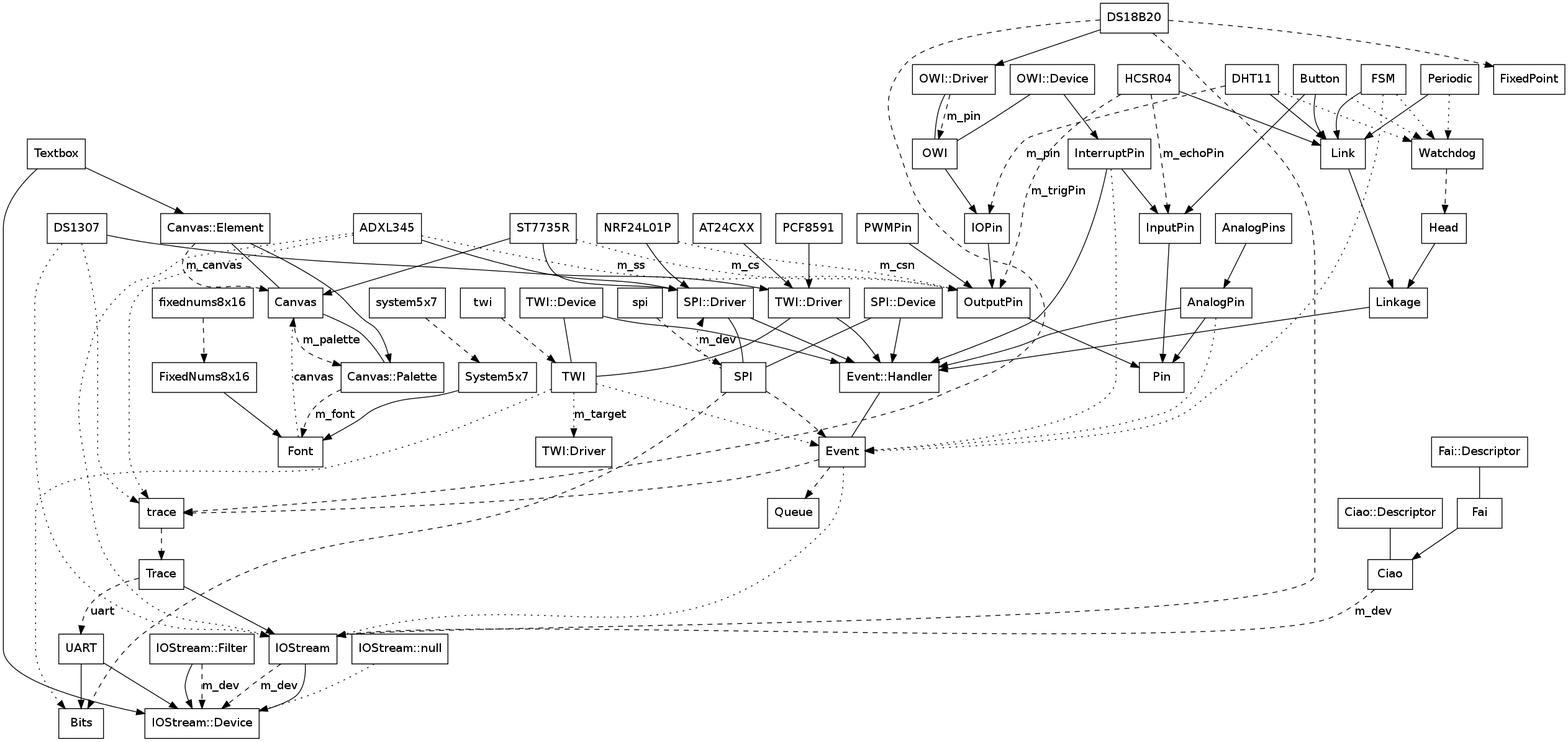
Above: CLASS.png in mikaelpatel/Cosa (Graphviz), before the change. Its source is kept beside it as CLASS.dot.
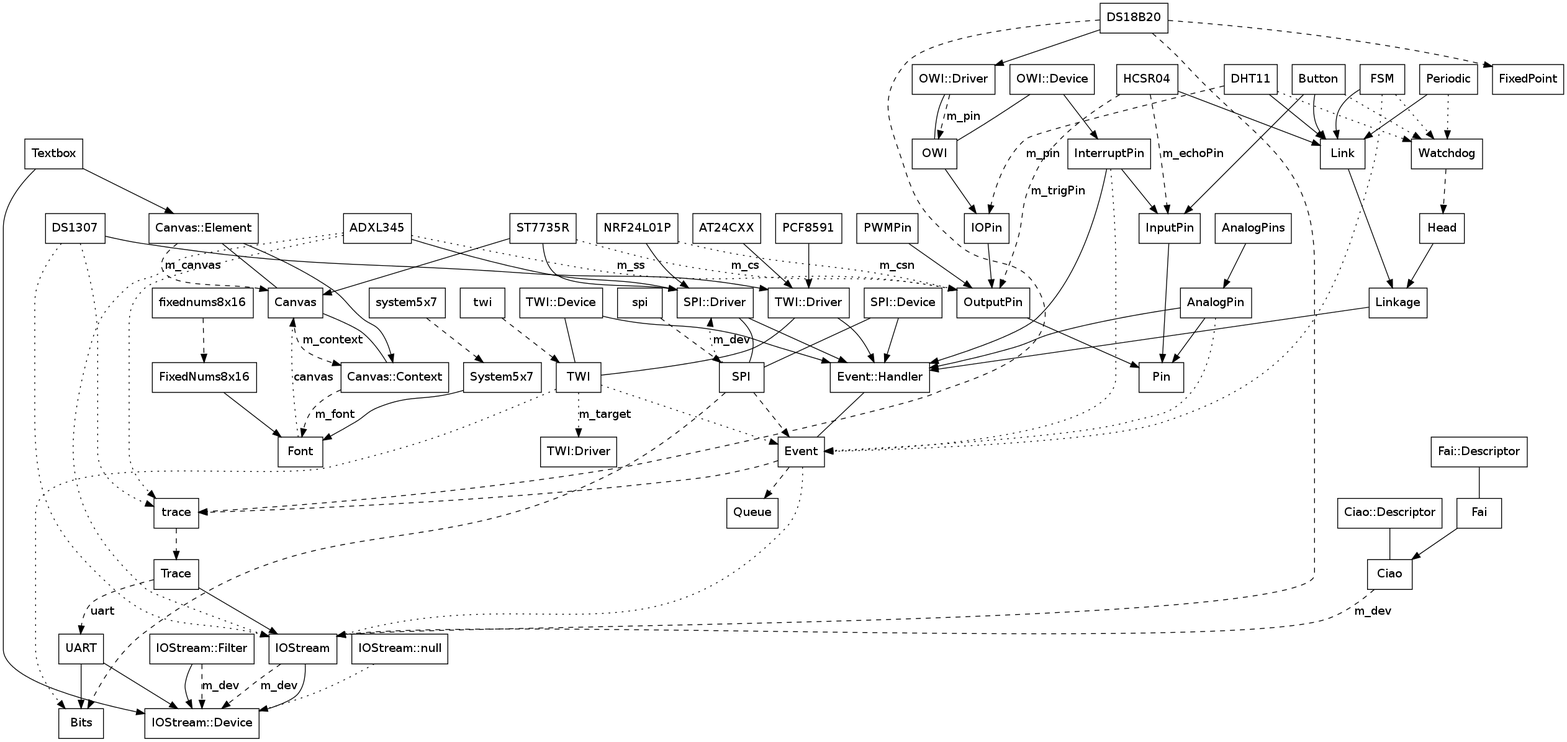
Above is the later version.

Commit message:
Renaming Canvas::Palette to Canvas::Context to avoid confusion.

Diff of the diagram source:
```diff
@@ -35,10 +35,10 @@
 "Button" -> "Link";
 "Button" -> "Watchdog" [style=dotted];
 
-"Canvas" -> "Canvas::Palette" [style=dashed,label=m_palette];
-"Canvas::Palette" -> "Font" [style=dashed,label=m_font];
-"Canvas::Palette" -> "Canvas" [arrowhead=none];
-"Canvas::Element" -> "Canvas::Palette";
+"Canvas" -> "Canvas::Context" [style=dashed,label=m_context];
+"Canvas::Context" -> "Font" [style=dashed,label=m_font];
+"Canvas::Context" -> "Canvas" [arrowhead=none];
+"Canvas::Element" -> "Canvas::Context";
 "Canvas::Element" -> "Canvas" [style=dashed,label=m_canvas];
 "Canvas::Element" -> "Canvas" [arrowhead=none];
 "Textbox" -> "Canvas::Element";
```
